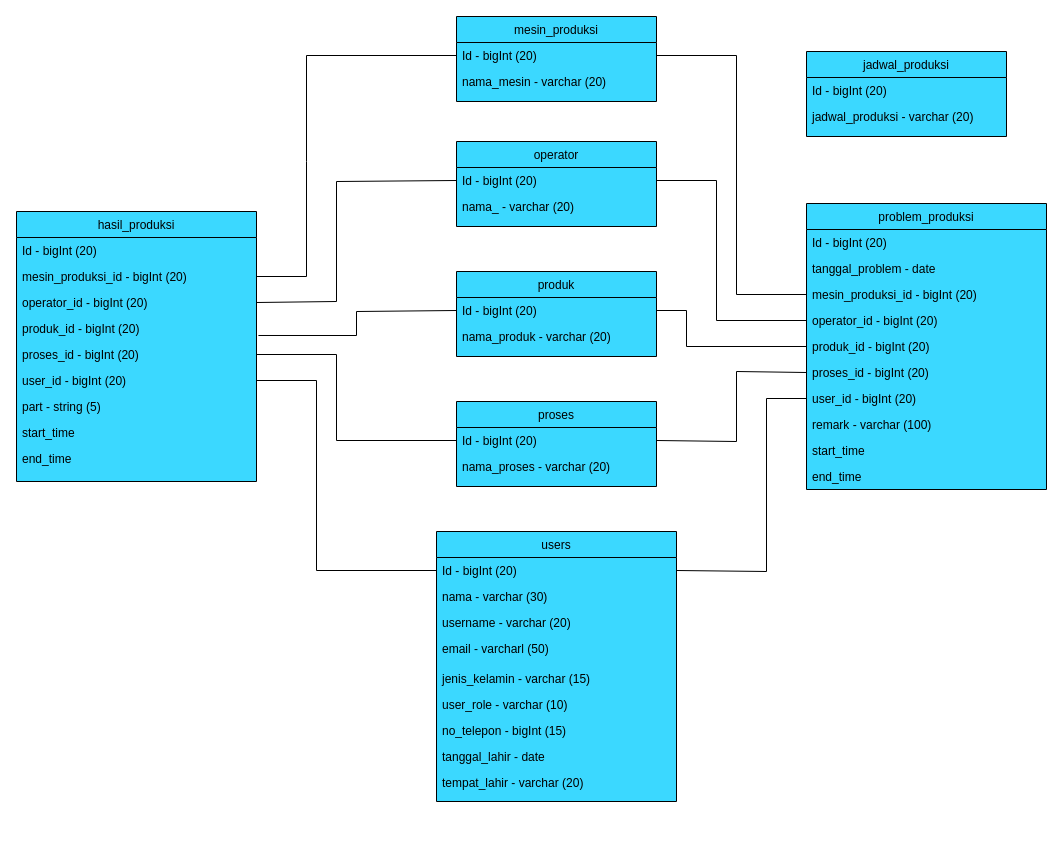
This is class_diagram.drawio from danangsptro/manufacturing_goseki, a draw.io file, before an edit. Source tidied: cells renumbered, new cells numbered last; positions are measured from the earlier drawing's top-left corner, leaving out a move shared by most shapes. Both pictures are drawn from the tidied source at 100%, with x=0, y=0 at pixel (16, 16).
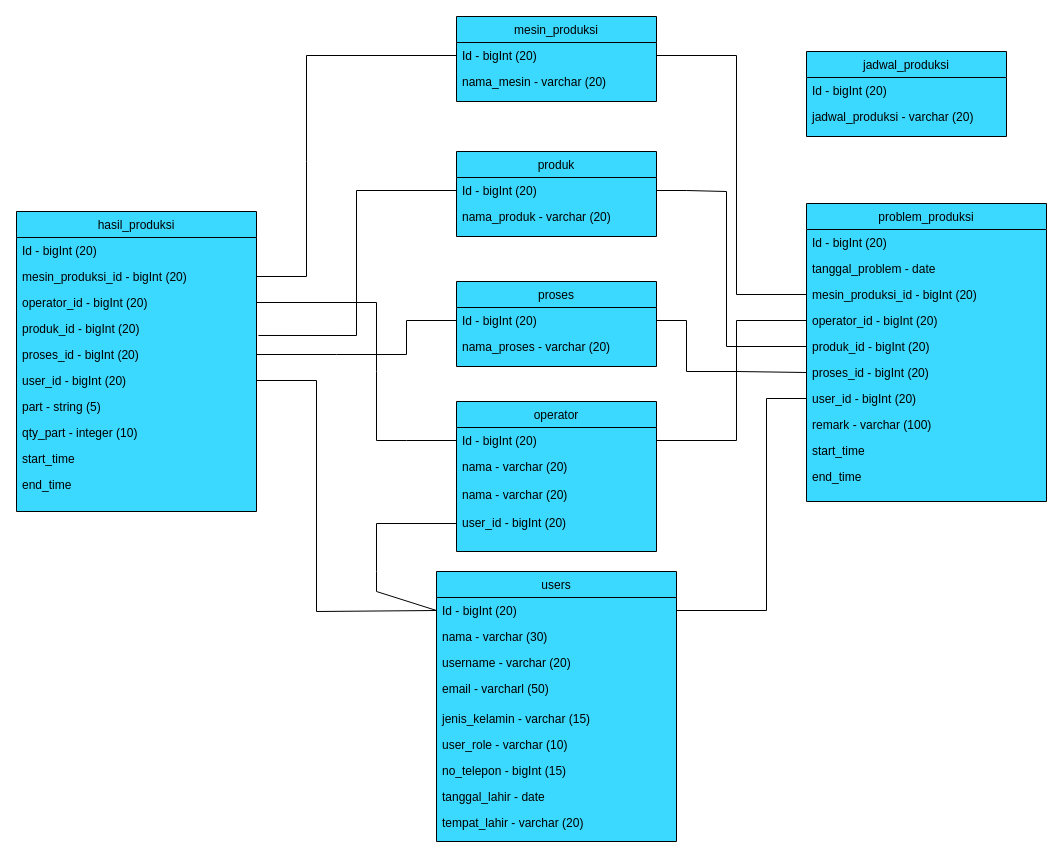
After the change.

Unchanged cells that the change refers to:
```xml
<mxCell id="3" value="Id - bigInt (20)" style="text;align=left;verticalAlign=top;spacingLeft=4;spacingRight=4;overflow=hidden;points=[[0,0.5],[1,0.5]];portConstraint=eastwest;" parent="2" vertex="1">
  <mxGeometry y="26" width="240" height="26" as="geometry" />
</mxCell>
<mxCell id="16" value="Id - bigInt (20)" style="text;align=left;verticalAlign=top;spacingLeft=4;spacingRight=4;overflow=hidden;points=[[0,0.5],[1,0.5]];portConstraint=eastwest;" parent="15" vertex="1">
  <mxGeometry y="26" width="200" height="26" as="geometry" />
</mxCell>
<mxCell id="19" value="Id - bigInt (20)" style="text;align=left;verticalAlign=top;spacingLeft=4;spacingRight=4;overflow=hidden;points=[[0,0.5],[1,0.5]];portConstraint=eastwest;" parent="18" vertex="1">
  <mxGeometry y="26" width="200" height="26" as="geometry" />
</mxCell>
<mxCell id="22" value="Id - bigInt (20)" style="text;align=left;verticalAlign=top;spacingLeft=4;spacingRight=4;overflow=hidden;points=[[0,0.5],[1,0.5]];portConstraint=eastwest;" parent="21" vertex="1">
  <mxGeometry y="26" width="200" height="26" as="geometry" />
</mxCell>
<mxCell id="27" value="operator_id - bigInt (20)" style="text;align=left;verticalAlign=top;spacingLeft=4;spacingRight=4;overflow=hidden;points=[[0,0.5],[1,0.5]];portConstraint=eastwest;rounded=0;shadow=0;html=0;" parent="24" vertex="1">
  <mxGeometry y="78" width="240" height="26" as="geometry" />
</mxCell>
<mxCell id="28" value="produk_id - bigInt (20)" style="text;align=left;verticalAlign=top;spacingLeft=4;spacingRight=4;overflow=hidden;points=[[0,0.5],[1,0.5]];portConstraint=eastwest;rounded=0;shadow=0;html=0;" parent="24" vertex="1">
  <mxGeometry y="104" width="240" height="26" as="geometry" />
</mxCell>
<mxCell id="29" value="proses_id - bigInt (20)" style="text;align=left;verticalAlign=top;spacingLeft=4;spacingRight=4;overflow=hidden;points=[[0,0.5],[1,0.5]];portConstraint=eastwest;rounded=0;shadow=0;html=0;" parent="24" vertex="1">
  <mxGeometry y="130" width="240" height="26" as="geometry" />
</mxCell>
<mxCell id="30" value="user_id - bigInt (20)" style="text;align=left;verticalAlign=top;spacingLeft=4;spacingRight=4;overflow=hidden;points=[[0,0.5],[1,0.5]];portConstraint=eastwest;rounded=0;shadow=0;html=0;" parent="24" vertex="1">
  <mxGeometry y="156" width="240" height="26" as="geometry" />
</mxCell>
<mxCell id="38" value="operator_id - bigInt (20)" style="text;align=left;verticalAlign=top;spacingLeft=4;spacingRight=4;overflow=hidden;points=[[0,0.5],[1,0.5]];portConstraint=eastwest;rounded=0;shadow=0;html=0;" parent="34" vertex="1">
  <mxGeometry y="104" width="240" height="26" as="geometry" />
</mxCell>
<mxCell id="39" value="produk_id - bigInt (20)" style="text;align=left;verticalAlign=top;spacingLeft=4;spacingRight=4;overflow=hidden;points=[[0,0.5],[1,0.5]];portConstraint=eastwest;rounded=0;shadow=0;html=0;" parent="34" vertex="1">
  <mxGeometry y="130" width="240" height="26" as="geometry" />
</mxCell>
<mxCell id="40" value="proses_id - bigInt (20)" style="text;align=left;verticalAlign=top;spacingLeft=4;spacingRight=4;overflow=hidden;points=[[0,0.5],[1,0.5]];portConstraint=eastwest;rounded=0;shadow=0;html=0;" parent="34" vertex="1">
  <mxGeometry y="156" width="240" height="26" as="geometry" />
</mxCell>
<mxCell id="41" value="user_id - bigInt (20)" style="text;align=left;verticalAlign=top;spacingLeft=4;spacingRight=4;overflow=hidden;points=[[0,0.5],[1,0.5]];portConstraint=eastwest;rounded=0;shadow=0;html=0;" parent="34" vertex="1">
  <mxGeometry y="182" width="240" height="26" as="geometry" />
</mxCell>
```

Change to the diagram source:
```diff
@@
     <mxCell id="2" value="users" style="swimlane;fontStyle=0;align=center;verticalAlign=top;horizontal=1;startSize=26;rounded=0;shadow=0;strokeWidth=1;fillColor=#3BD8FF;swimlaneFillColor=#3BD8FF;" parent="1" vertex="1">
-      <mxGeometry x="420" y="515" width="240" height="270" as="geometry" />
+      <mxGeometry x="420" y="555" width="240" height="270" as="geometry" />
     </mxCell>
@@
     <mxCell id="15" value="operator" style="swimlane;fontStyle=0;align=center;verticalAlign=top;horizontal=1;startSize=26;rounded=0;shadow=0;strokeWidth=1;fillColor=#3BD8FF;swimlaneFillColor=#3BD8FF;" parent="1" vertex="1">
-      <mxGeometry x="440" y="125" width="200" height="85" as="geometry" />
+      <mxGeometry x="440" y="385" width="200" height="150" as="geometry" />
     </mxCell>
@@
+    <mxCell id="58" value="nama - varchar (20)" style="text;align=left;verticalAlign=top;spacingLeft=4;spacingRight=4;overflow=hidden;rounded=0;shadow=0;html=0;" parent="15" vertex="1">
+      <mxGeometry y="52" width="200" height="28" as="geometry" />
+    </mxCell>
+    <mxCell id="59" value="nama - varchar (20)" style="text;align=left;verticalAlign=top;spacingLeft=4;spacingRight=4;overflow=hidden;rounded=0;shadow=0;html=0;" parent="15" vertex="1">
+      <mxGeometry y="80" width="200" height="28" as="geometry" />
+    </mxCell>
-    <mxCell id="17" value="nama_ - varchar (20)" style="text;align=left;verticalAlign=top;spacingLeft=4;spacingRight=4;overflow=hidden;points=[[0,0.5],[1,0.5]];portConstraint=eastwest;rounded=0;shadow=0;html=0;" parent="15" vertex="1">
-      <mxGeometry y="52" width="200" height="26" as="geometry" />
+    <mxCell id="17" value="user_id - bigInt (20)" style="text;align=left;verticalAlign=top;spacingLeft=4;spacingRight=4;overflow=hidden;points=[[0,0.5],[1,0.5]];portConstraint=eastwest;rounded=0;shadow=0;html=0;" parent="15" vertex="1">
+      <mxGeometry y="108" width="200" height="28" as="geometry" />
     </mxCell>
     <mxCell id="18" value="proses" style="swimlane;fontStyle=0;align=center;verticalAlign=top;horizontal=1;startSize=26;rounded=0;shadow=0;strokeWidth=1;fillColor=#3BD8FF;swimlaneFillColor=#3BD8FF;" parent="1" vertex="1">
-      <mxGeometry x="440" y="385" width="200" height="85" as="geometry" />
+      <mxGeometry x="440" y="265" width="200" height="85" as="geometry" />
     </mxCell>
@@
     <mxCell id="21" value="produk" style="swimlane;fontStyle=0;align=center;verticalAlign=top;horizontal=1;startSize=26;rounded=0;shadow=0;strokeWidth=1;fillColor=#3BD8FF;swimlaneFillColor=#3BD8FF;" parent="1" vertex="1">
-      <mxGeometry x="440" y="255" width="200" height="85" as="geometry" />
+      <mxGeometry x="440" y="135" width="200" height="85" as="geometry" />
     </mxCell>
@@
     <mxCell id="24" value="hasil_produksi" style="swimlane;fontStyle=0;align=center;verticalAlign=top;horizontal=1;startSize=26;rounded=0;shadow=0;strokeWidth=1;fillColor=#3BD8FF;swimlaneFillColor=#3BD8FF;" parent="1" vertex="1">
-      <mxGeometry y="195" width="240" height="270" as="geometry" />
+      <mxGeometry y="195" width="240" height="300" as="geometry" />
     </mxCell>
@@
+    <mxCell id="60" value="qty_part - integer (10)" style="text;align=left;verticalAlign=top;spacingLeft=4;spacingRight=4;overflow=hidden;rounded=0;shadow=0;html=0;" parent="24" vertex="1">
+      <mxGeometry y="208" width="240" height="26" as="geometry" />
+    </mxCell>
     <mxCell id="32" value="start_time&#10;" style="text;align=left;verticalAlign=top;spacingLeft=4;spacingRight=4;overflow=hidden;rounded=0;shadow=0;html=0;" parent="24" vertex="1">
-      <mxGeometry y="208" width="240" height="26" as="geometry" />
+      <mxGeometry y="234" width="240" height="26" as="geometry" />
     </mxCell>
     <mxCell id="33" value="end_time" style="text;align=left;verticalAlign=top;spacingLeft=4;spacingRight=4;overflow=hidden;rounded=0;shadow=0;html=0;" parent="24" vertex="1">
-      <mxGeometry y="234" width="240" height="26" as="geometry" />
+      <mxGeometry y="260" width="240" height="26" as="geometry" />
     </mxCell>
     <mxCell id="34" value="problem_produksi" style="swimlane;fontStyle=0;align=center;verticalAlign=top;horizontal=1;startSize=26;rounded=0;shadow=0;strokeWidth=1;fillColor=#3BD8FF;swimlaneFillColor=#3BD8FF;" parent="1" vertex="1">
-      <mxGeometry x="790" y="187" width="240" height="286" as="geometry" />
+      <mxGeometry x="790" y="187" width="240" height="298" as="geometry" />
     </mxCell>
@@
     <mxCell id="45" style="endArrow=none;html=1;rounded=0;entryX=0;entryY=0.5;entryDx=0;entryDy=0;exitX=1;exitY=0.5;exitDx=0;exitDy=0;" parent="1" edge="1" source="29" target="19">
       <mxGeometry relative="1" as="geometry">
         <Array as="points">
           <mxPoint x="320" y="338" />
-          <mxPoint x="320" y="424" />
+          <mxPoint x="390" y="338" />
+          <mxPoint x="390" y="304" />
         </Array>
       </mxGeometry>
     </mxCell>
     <mxCell id="46" style="endArrow=none;html=1;rounded=0;entryX=0;entryY=0.5;entryDx=0;entryDy=0;exitX=1.008;exitY=0.769;exitDx=0;exitDy=0;exitPerimeter=0;" parent="1" edge="1" source="28" target="22">
       <mxGeometry relative="1" as="geometry">
         <Array as="points">
           <mxPoint x="340" y="319" />
-          <mxPoint x="340" y="295" />
+          <mxPoint x="340" y="174" />
         </Array>
       </mxGeometry>
     </mxCell>
-    <mxCell id="47" style="endArrow=none;html=1;rounded=0;entryX=0;entryY=0.5;entryDx=0;entryDy=0;exitX=1;exitY=0.5;exitDx=0;exitDy=0;" parent="1" edge="1" source="27" target="16">
-      <mxGeometry relative="1" as="geometry">
-        <Array as="points">
-          <mxPoint x="320" y="285" />
-          <mxPoint x="320" y="165" />
-        </Array>
-      </mxGeometry>
-    </mxCell>
@@
     <mxCell id="49" style="endArrow=none;html=1;rounded=0;entryX=1;entryY=0.5;entryDx=0;entryDy=0;exitX=0;exitY=0.5;exitDx=0;exitDy=0;" parent="1" edge="1" source="3" target="30">
       <mxGeometry relative="1" as="geometry">
         <Array as="points">
-          <mxPoint x="300" y="554" />
+          <mxPoint x="300" y="595" />
           <mxPoint x="300" y="364" />
         </Array>
       </mxGeometry>
     </mxCell>
@@
-    <mxCell id="51" style="endArrow=none;html=1;rounded=0;entryX=0;entryY=0.5;entryDx=0;entryDy=0;exitX=1;exitY=0.5;exitDx=0;exitDy=0;" parent="1" edge="1" source="16" target="38">
-      <mxGeometry relative="1" as="geometry">
-        <Array as="points">
-          <mxPoint x="700" y="164" />
-          <mxPoint x="700" y="304" />
-        </Array>
-      </mxGeometry>
-    </mxCell>
     <mxCell id="52" style="endArrow=none;html=1;rounded=0;entryX=0;entryY=0.5;entryDx=0;entryDy=0;exitX=1;exitY=0.5;exitDx=0;exitDy=0;" parent="1" edge="1" source="22" target="39">
       <mxGeometry relative="1" as="geometry">
         <Array as="points">
-          <mxPoint x="670" y="294" />
-          <mxPoint x="670" y="330" />
+          <mxPoint x="670" y="174" />
+          <mxPoint x="710" y="175" />
+          <mxPoint x="710" y="330" />
         </Array>
       </mxGeometry>
     </mxCell>
     <mxCell id="53" style="endArrow=none;html=1;rounded=0;entryX=0;entryY=0.5;entryDx=0;entryDy=0;exitX=1;exitY=0.5;exitDx=0;exitDy=0;" parent="1" edge="1" source="19" target="40">
       <mxGeometry relative="1" as="geometry">
         <Array as="points">
-          <mxPoint x="720" y="425" />
+          <mxPoint x="670" y="304" />
+          <mxPoint x="670" y="355" />
           <mxPoint x="720" y="355" />
         </Array>
       </mxGeometry>
     </mxCell>
     <mxCell id="54" style="endArrow=none;html=1;rounded=0;entryX=0;entryY=0.5;entryDx=0;entryDy=0;exitX=1;exitY=0.5;exitDx=0;exitDy=0;" parent="1" edge="1" source="3" target="41">
       <mxGeometry relative="1" as="geometry">
         <Array as="points">
-          <mxPoint x="750" y="555" />
+          <mxPoint x="750" y="594" />
           <mxPoint x="750" y="382" />
         </Array>
       </mxGeometry>
     </mxCell>
@@
+    <mxCell id="47" style="endArrow=none;html=1;rounded=0;entryX=0;entryY=0.5;entryDx=0;entryDy=0;exitX=1;exitY=0.5;exitDx=0;exitDy=0;" parent="1" edge="1" source="27" target="16">
+      <mxGeometry relative="1" as="geometry">
+        <Array as="points">
+          <mxPoint x="360" y="286" />
+          <mxPoint x="360" y="355" />
+          <mxPoint x="360" y="424" />
+          <mxPoint x="390" y="424" />
+        </Array>
+      </mxGeometry>
+    </mxCell>
+    <mxCell id="51" style="endArrow=none;html=1;rounded=0;entryX=0;entryY=0.5;entryDx=0;entryDy=0;exitX=1;exitY=0.5;exitDx=0;exitDy=0;" parent="1" edge="1" source="16" target="38">
+      <mxGeometry relative="1" as="geometry">
+        <Array as="points">
+          <mxPoint x="720" y="424" />
+          <mxPoint x="720" y="304" />
+        </Array>
+      </mxGeometry>
+    </mxCell>
+    <mxCell id="61" style="endArrow=none;html=1;rounded=0;entryX=0;entryY=0.5;entryDx=0;entryDy=0;exitX=0;exitY=0.5;exitDx=0;exitDy=0;" parent="1" edge="1" source="17" target="3">
+      <mxGeometry relative="1" as="geometry">
+        <Array as="points">
+          <mxPoint x="360" y="507" />
+          <mxPoint x="360" y="555" />
+          <mxPoint x="360" y="575" />
+        </Array>
+      </mxGeometry>
+    </mxCell>
```
